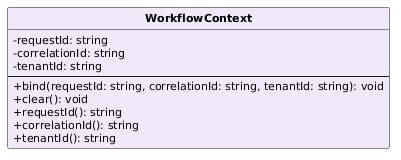
aLittleByte-19/Documentazione keeps this PlantUML diagram as PB/Specifica Tecnica/ImmaginiSpecificaTecnica/ClassiSingoleCondivise/WorkflowContext.png. Above is the earlier version. Its diagram source:
```plantuml
@startuml
skinparam classAttributeIconSize 0
skinparam classFontStyle bold
skinparam classFontSize 13
skinparam classAttributeFontSize 11
skinparam shadowing false
hide circle
class WorkflowContext #F1E8FA {
  -requestId: string
  -correlationId: string
  -tenantId: string
  --
  +bind(requestId: string, correlationId: string, tenantId: string): void
  +clear(): void
  +requestId(): string
  +correlationId(): string
  +tenantId(): string
}
@enduml
```
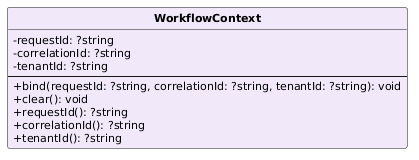
Above is the later version.

The edit, as a diff of the source:
```diff
@@ -6,14 +6,14 @@
 skinparam shadowing false
 hide circle
 class WorkflowContext #F1E8FA {
-  -requestId: string
-  -correlationId: string
-  -tenantId: string
+  -requestId: ?string
+  -correlationId: ?string
+  -tenantId: ?string
   --
-  +bind(requestId: string, correlationId: string, tenantId: string): void
+  +bind(requestId: ?string, correlationId: ?string, tenantId: ?string): void
   +clear(): void
-  +requestId(): string
-  +correlationId(): string
-  +tenantId(): string
+  +requestId(): ?string
+  +correlationId(): ?string
+  +tenantId(): ?string
 }
 @enduml
```
